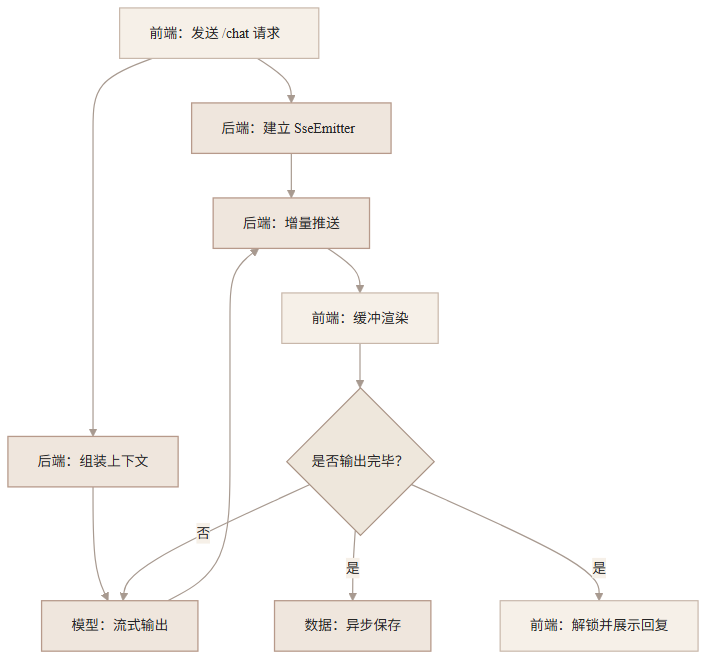
Earlier version of the Mermaid export thesis-assets/evidence/diagrams/fig-4.x-sse-streaming-flow.png (zyyyyynnn/Prelude). Its source is kept beside it as thesis-assets/evidence/diagrams/fig-4.x-sse-streaming-flow.mmd.
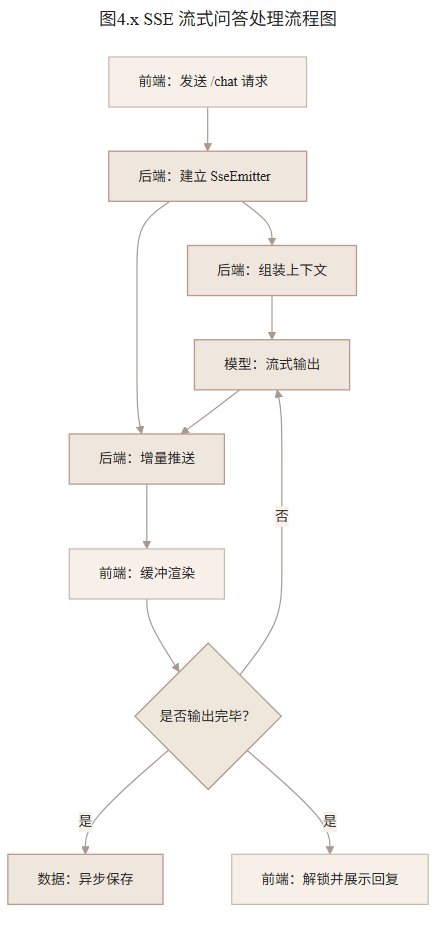
The same diagram one commit later.

Diff of the diagram source:
```diff
@@ -1,3 +1,6 @@
+---
+title: 图4.x SSE 流式问答处理流程图
+---
 %%{init: {
   'theme': 'base',
   'themeVariables': {
@@ -31,8 +34,7 @@
   db_save["数据：异步保存"]
   fe_finish["前端：解锁并展示回复"]
 
-  fe_send --> be_emitter
-  fe_send --> be_context
+  fe_send --> be_emitter --> be_context
 
   be_context --> llm_stream
   be_emitter --> be_push
```
